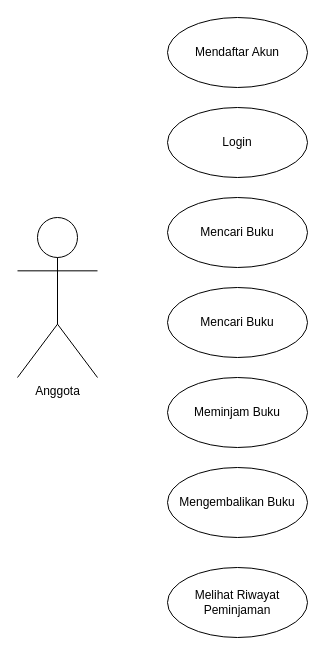
This is belajar.drawio from RofiNugraha/rofingoding, a draw.io file, before an edit. Source tidied: cells renumbered, new cells numbered last; positions are measured from the earlier drawing's top-left corner, leaving out a move shared by most shapes. Both pictures are drawn from the tidied source at 100%, with x=0, y=0 at pixel (17, 17).
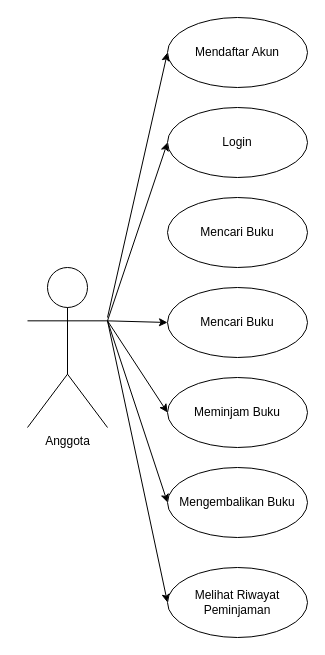
After the change.

What changed in the source:
```diff
@@
 <mxGraphModel>
   <root>
     <mxCell id="0" />
     <mxCell id="1" parent="0" />
+    <mxCell id="10" style="edgeStyle=none;rounded=0;jettySize=auto;html=1;entryX=0;entryY=0.5;entryDx=0;entryDy=0;" parent="1" edge="1" target="3">
+      <mxGeometry relative="1" as="geometry">
+        <mxPoint x="90" y="300" as="sourcePoint" />
+      </mxGeometry>
+    </mxCell>
+    <mxCell id="11" style="edgeStyle=none;rounded=0;jettySize=auto;html=1;exitX=1;exitY=0.3333333333333333;exitDx=0;exitDy=0;exitPerimeter=0;entryX=0;entryY=0.5;entryDx=0;entryDy=0;" parent="1" edge="1" source="2" target="4">
+      <mxGeometry relative="1" as="geometry" />
+    </mxCell>
+    <mxCell id="12" style="edgeStyle=none;rounded=0;jettySize=auto;html=1;exitX=1;exitY=0.3333333333333333;exitDx=0;exitDy=0;exitPerimeter=0;entryX=0;entryY=0.5;entryDx=0;entryDy=0;" parent="1" edge="1" source="2" target="6">
+      <mxGeometry relative="1" as="geometry" />
+    </mxCell>
+    <mxCell id="13" style="edgeStyle=none;rounded=0;jettySize=auto;html=1;exitX=1;exitY=0.3333333333333333;exitDx=0;exitDy=0;exitPerimeter=0;entryX=0;entryY=0.5;entryDx=0;entryDy=0;" parent="1" edge="1" source="2" target="7">
+      <mxGeometry relative="1" as="geometry" />
+    </mxCell>
+    <mxCell id="14" style="edgeStyle=none;rounded=0;jettySize=auto;html=1;exitX=1;exitY=0.3333333333333333;exitDx=0;exitDy=0;exitPerimeter=0;entryX=0;entryY=0.5;entryDx=0;entryDy=0;" parent="1" edge="1" source="2" target="8">
+      <mxGeometry relative="1" as="geometry" />
+    </mxCell>
+    <mxCell id="15" style="edgeStyle=none;rounded=0;jettySize=auto;html=1;exitX=1;exitY=0.3333333333333333;exitDx=0;exitDy=0;exitPerimeter=0;entryX=0;entryY=0.5;entryDx=0;entryDy=0;" parent="1" edge="1" source="2" target="9">
+      <mxGeometry relative="1" as="geometry" />
+    </mxCell>
     <mxCell id="2" value="Anggota" style="shape=umlActor;verticalLabelPosition=bottom;verticalAlign=top;html=1;outlineConnect=0;" parent="1" vertex="1">
-      <mxGeometry y="200" width="80" height="160" as="geometry" />
+      <mxGeometry x="10" y="250" width="80" height="160" as="geometry" />
     </mxCell>
     <mxCell id="3" value="Mendaftar Akun" style="ellipse;whiteSpace=wrap;html=1;" parent="1" vertex="1">
       <mxGeometry x="150" width="140" height="70" as="geometry" />
     </mxCell>
     <mxCell id="4" value="Login" style="ellipse;whiteSpace=wrap;html=1;" parent="1" vertex="1">
       <mxGeometry x="150" y="90" width="140" height="70" as="geometry" />
     </mxCell>
     <mxCell id="5" value="Mencari Buku" style="ellipse;whiteSpace=wrap;html=1;" parent="1" vertex="1">
       <mxGeometry x="150" y="180" width="140" height="70" as="geometry" />
     </mxCell>
     <mxCell id="6" value="Mencari Buku" style="ellipse;whiteSpace=wrap;html=1;" parent="1" vertex="1">
       <mxGeometry x="150" y="270" width="140" height="70" as="geometry" />
     </mxCell>
     <mxCell id="7" value="Meminjam Buku" style="ellipse;whiteSpace=wrap;html=1;" parent="1" vertex="1">
       <mxGeometry x="150" y="360" width="140" height="70" as="geometry" />
     </mxCell>
     <mxCell id="8" value="Mengembalikan Buku" style="ellipse;whiteSpace=wrap;html=1;" parent="1" vertex="1">
       <mxGeometry x="150" y="450" width="140" height="70" as="geometry" />
     </mxCell>
     <mxCell id="9" value="Melihat Riwayat Peminjaman" style="ellipse;whiteSpace=wrap;html=1;" parent="1" vertex="1">
       <mxGeometry x="150" y="550" width="140" height="70" as="geometry" />
     </mxCell>
   </root>
 </mxGraphModel>
```
